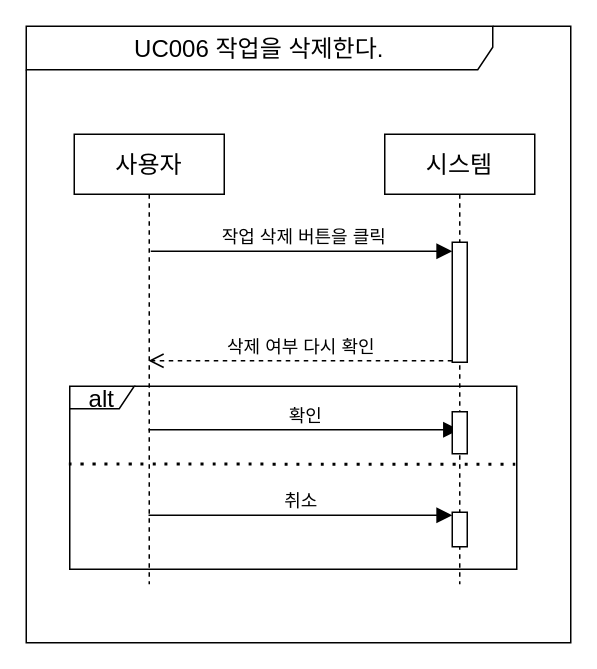
Before: docs/설계명세서/images/seq_diag/uc006.drawio in parkchamchi/SoftwareEngineering2023, a draw.io diagram. Source tidied: cells renumbered, new cells numbered last; positions are measured from the earlier drawing's top-left corner, leaving out a move shared by most shapes. Both pictures are drawn from the tidied source at 150%, with x=0, y=0 at pixel (26, 26).
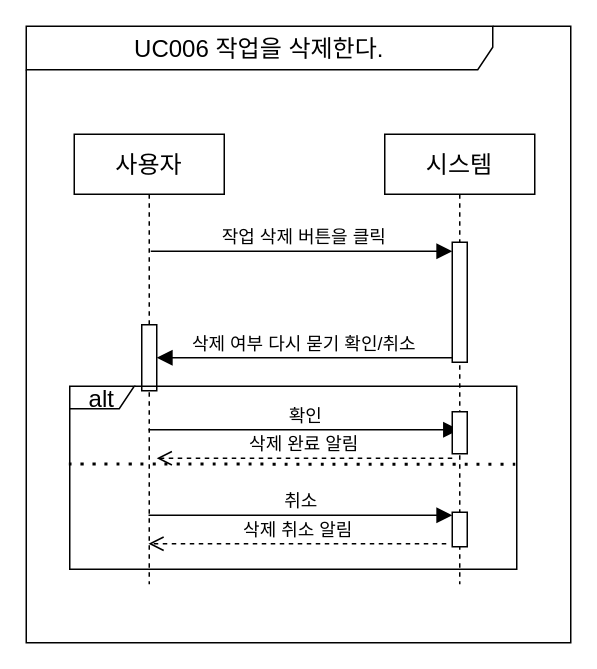
The same diagram, later.

The change refers to these unchanged cells:
```xml
<mxCell id="2" value="사용자" style="shape=umlLifeline;perimeter=lifelinePerimeter;whiteSpace=wrap;html=1;outlineConnect=0;portConstraint=eastwest;newEdgeStyle={&quot;edgeStyle&quot;:&quot;elbowEdgeStyle&quot;,&quot;elbow&quot;:&quot;vertical&quot;,&quot;curved&quot;:0,&quot;rounded&quot;:0};fontSize=16;" parent="1" vertex="1">
  <mxGeometry x="32" y="72" width="100" height="300" as="geometry" />
</mxCell>
<mxCell id="4" style="html=1;points=[];perimeter=orthogonalPerimeter;outlineConnect=0;targetShapes=umlLifeline;portConstraint=eastwest;newEdgeStyle={&quot;edgeStyle&quot;:&quot;elbowEdgeStyle&quot;,&quot;elbow&quot;:&quot;vertical&quot;,&quot;curved&quot;:0,&quot;rounded&quot;:0};fontSize=16;" parent="3" vertex="1">
  <mxGeometry x="45" y="72" width="10" height="80" as="geometry" />
</mxCell>
```

What changed in the source:
```diff
@@
+    <mxCell id="14" style="html=1;points=[];perimeter=orthogonalPerimeter;outlineConnect=0;targetShapes=umlLifeline;portConstraint=eastwest;newEdgeStyle={&quot;edgeStyle&quot;:&quot;elbowEdgeStyle&quot;,&quot;elbow&quot;:&quot;vertical&quot;,&quot;curved&quot;:0,&quot;rounded&quot;:0};fontSize=16;" parent="2" vertex="1">
+      <mxGeometry x="45" y="127" width="10" height="44" as="geometry" />
+    </mxCell>
@@
-    <mxCell id="7" value="삭제 여부 다시 확인" style="html=1;verticalAlign=bottom;endArrow=open;dashed=1;endSize=8;edgeStyle=elbowEdgeStyle;elbow=vertical;curved=0;rounded=0;fontSize=12;" parent="1" edge="1">
-      <mxGeometry relative="1" as="geometry">
-        <mxPoint x="284" y="223" as="sourcePoint" />
-        <mxPoint x="81.5" y="223" as="targetPoint" />
-      </mxGeometry>
-    </mxCell>
@@
+    <mxCell id="15" value="삭제 완료 알림" style="html=1;verticalAlign=bottom;endArrow=open;dashed=1;endSize=8;edgeStyle=elbowEdgeStyle;elbow=vertical;curved=0;rounded=0;fontSize=12;entryX=0.55;entryY=0.703;entryDx=0;entryDy=0;entryPerimeter=0;" parent="1" edge="1">
+      <mxGeometry relative="1" as="geometry">
+        <mxPoint x="284" y="288" as="sourcePoint" />
+        <mxPoint x="87" y="287.9" as="targetPoint" />
+      </mxGeometry>
+    </mxCell>
+    <mxCell id="16" value="삭제 취소 알림" style="html=1;verticalAlign=bottom;endArrow=open;dashed=1;endSize=8;edgeStyle=elbowEdgeStyle;elbow=vertical;curved=0;rounded=0;fontSize=12;" parent="1" edge="1" target="2">
+      <mxGeometry relative="1" as="geometry">
+        <mxPoint x="280" y="345" as="sourcePoint" />
+      </mxGeometry>
+    </mxCell>
+    <mxCell id="17" value="삭제 여부 다시 묻기 확인/취소" style="html=1;verticalAlign=bottom;endArrow=block;edgeStyle=elbowEdgeStyle;elbow=vertical;curved=0;rounded=0;fontSize=12;startSize=8;endSize=8;entryX=1;entryY=0.511;entryDx=0;entryDy=0;entryPerimeter=0;" parent="1" edge="1" source="4" target="14">
+      <mxGeometry relative="1" as="geometry" />
+    </mxCell>
```
